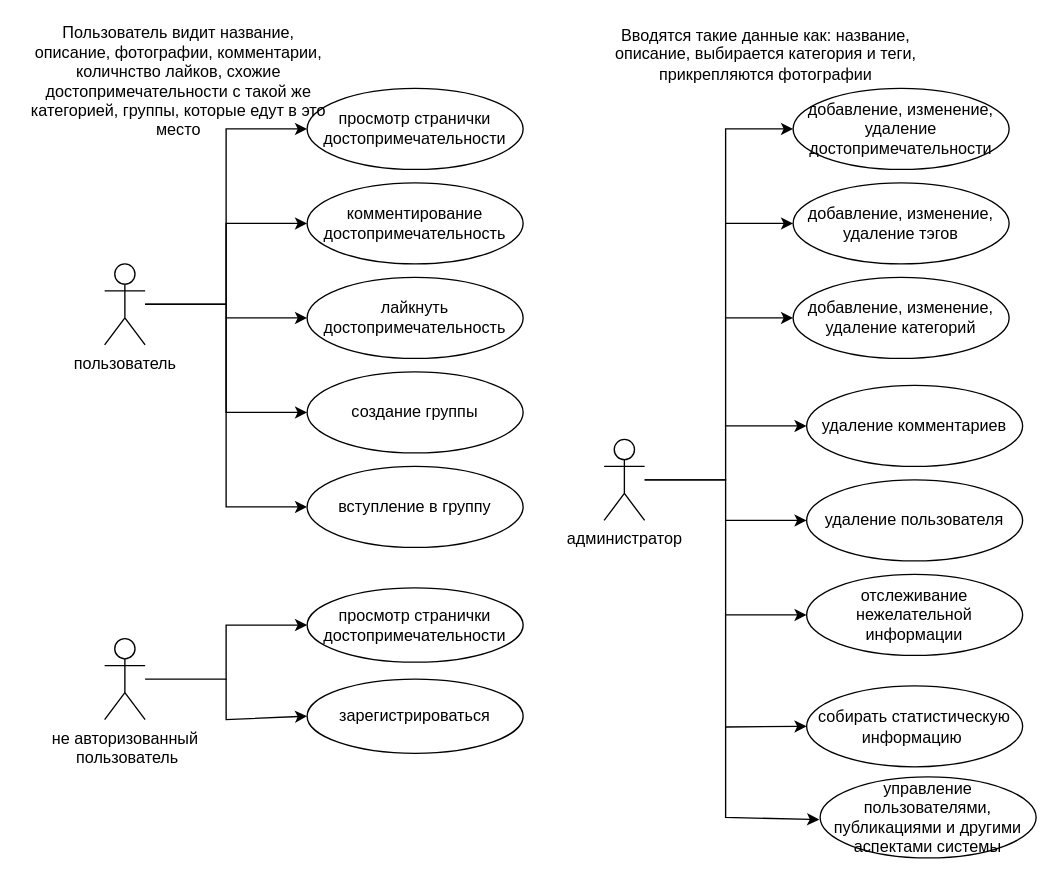
RinaBoni/software-development-technologies-8 keeps this draw.io diagram as Диаграмма вариантов истользования.drawio. Above is the earlier version. Source tidied: cells renumbered, new cells numbered last; positions are measured from the earlier drawing's top-left corner, leaving out a move shared by most shapes. Both pictures are drawn from the tidied source at 135%, with x=0, y=0 at pixel (23, 34).
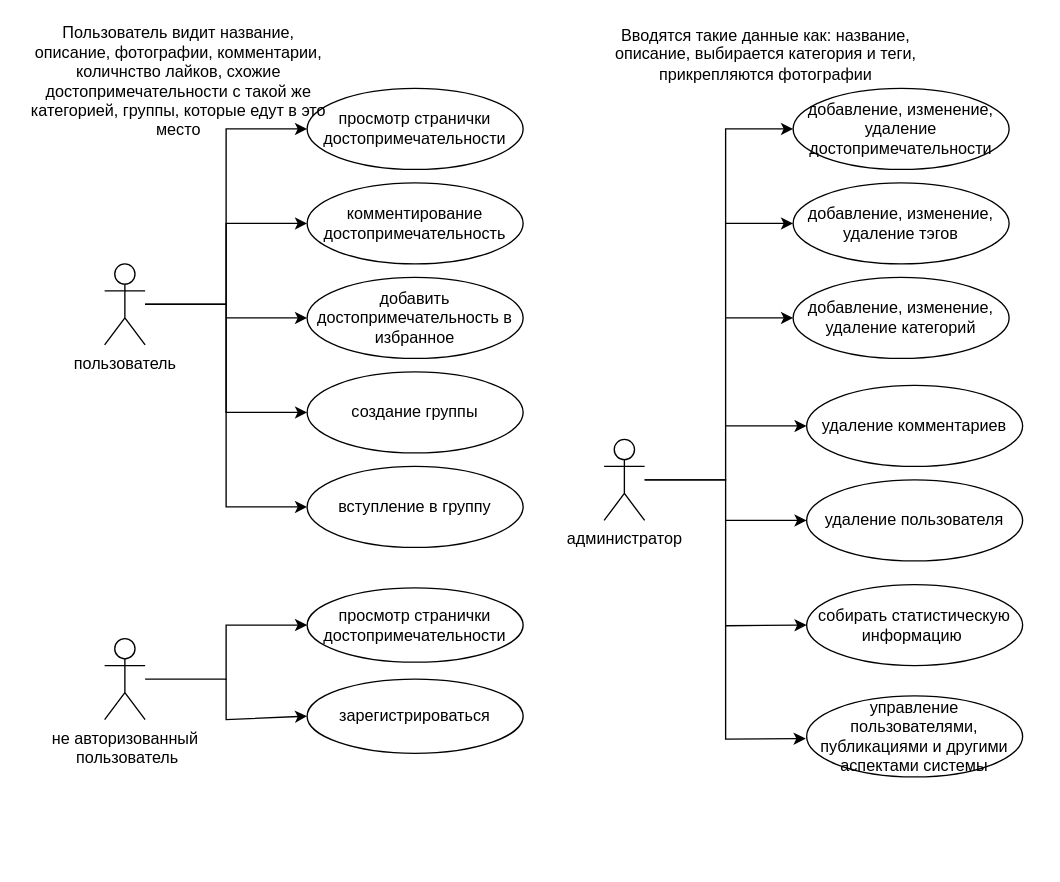
The same diagram, later.

What changed in the source:
```diff
@@
-    <mxCell id="24" value="лайкнуть достопримечательность" style="ellipse;whiteSpace=wrap;html=1;" parent="1" vertex="1">
+    <mxCell id="24" value="добавить достопримечательность в избранное" style="ellipse;whiteSpace=wrap;html=1;" parent="1" vertex="1">
       <mxGeometry x="210" y="180" width="160" height="60" as="geometry" />
     </mxCell>
@@
-    <mxCell id="29" value="отслеживание нежелательной информации" style="ellipse;whiteSpace=wrap;html=1;" parent="1" vertex="1">
-      <mxGeometry x="580" y="400" width="160" height="60" as="geometry" />
-    </mxCell>
-    <mxCell id="30" style="endArrow=classic;html=1;rounded=0;entryX=0;entryY=0.5;entryDx=0;entryDy=0;" parent="1" edge="1" target="29">
-      <mxGeometry relative="1" as="geometry">
-        <mxPoint x="520" y="360" as="sourcePoint" />
-        <Array as="points">
-          <mxPoint x="520" y="430" />
-        </Array>
-      </mxGeometry>
-    </mxCell>
     <mxCell id="31" value="собирать статистическую информацию&amp;nbsp;" style="ellipse;whiteSpace=wrap;html=1;" parent="1" vertex="1">
-      <mxGeometry x="580" y="482.5" width="160" height="60" as="geometry" />
+      <mxGeometry x="580" y="407.5" width="160" height="60" as="geometry" />
     </mxCell>
     <mxCell id="32" value="управление пользователями, публикациями и другими аспектами системы" style="ellipse;whiteSpace=wrap;html=1;" parent="1" vertex="1">
-      <mxGeometry x="590" y="550" width="160" height="60" as="geometry" />
+      <mxGeometry x="580" y="490" width="160" height="60" as="geometry" />
     </mxCell>
     <mxCell id="33" style="endArrow=classic;html=1;rounded=0;entryX=-0.004;entryY=0.527;entryDx=0;entryDy=0;entryPerimeter=0;" parent="1" edge="1" target="32">
       <mxGeometry relative="1" as="geometry">
-        <mxPoint x="520" y="430" as="sourcePoint" />
+        <mxPoint x="520" y="360" as="sourcePoint" />
         <Array as="points">
-          <mxPoint x="520" y="580" />
+          <mxPoint x="520" y="522" />
         </Array>
       </mxGeometry>
     </mxCell>
     <mxCell id="34" style="endArrow=classic;html=1;rounded=0;entryX=0;entryY=0.5;entryDx=0;entryDy=0;" parent="1" edge="1" target="31">
       <mxGeometry relative="1" as="geometry">
-        <mxPoint x="520" y="513" as="sourcePoint" />
+        <mxPoint x="520" y="438" as="sourcePoint" />
       </mxGeometry>
     </mxCell>
```
